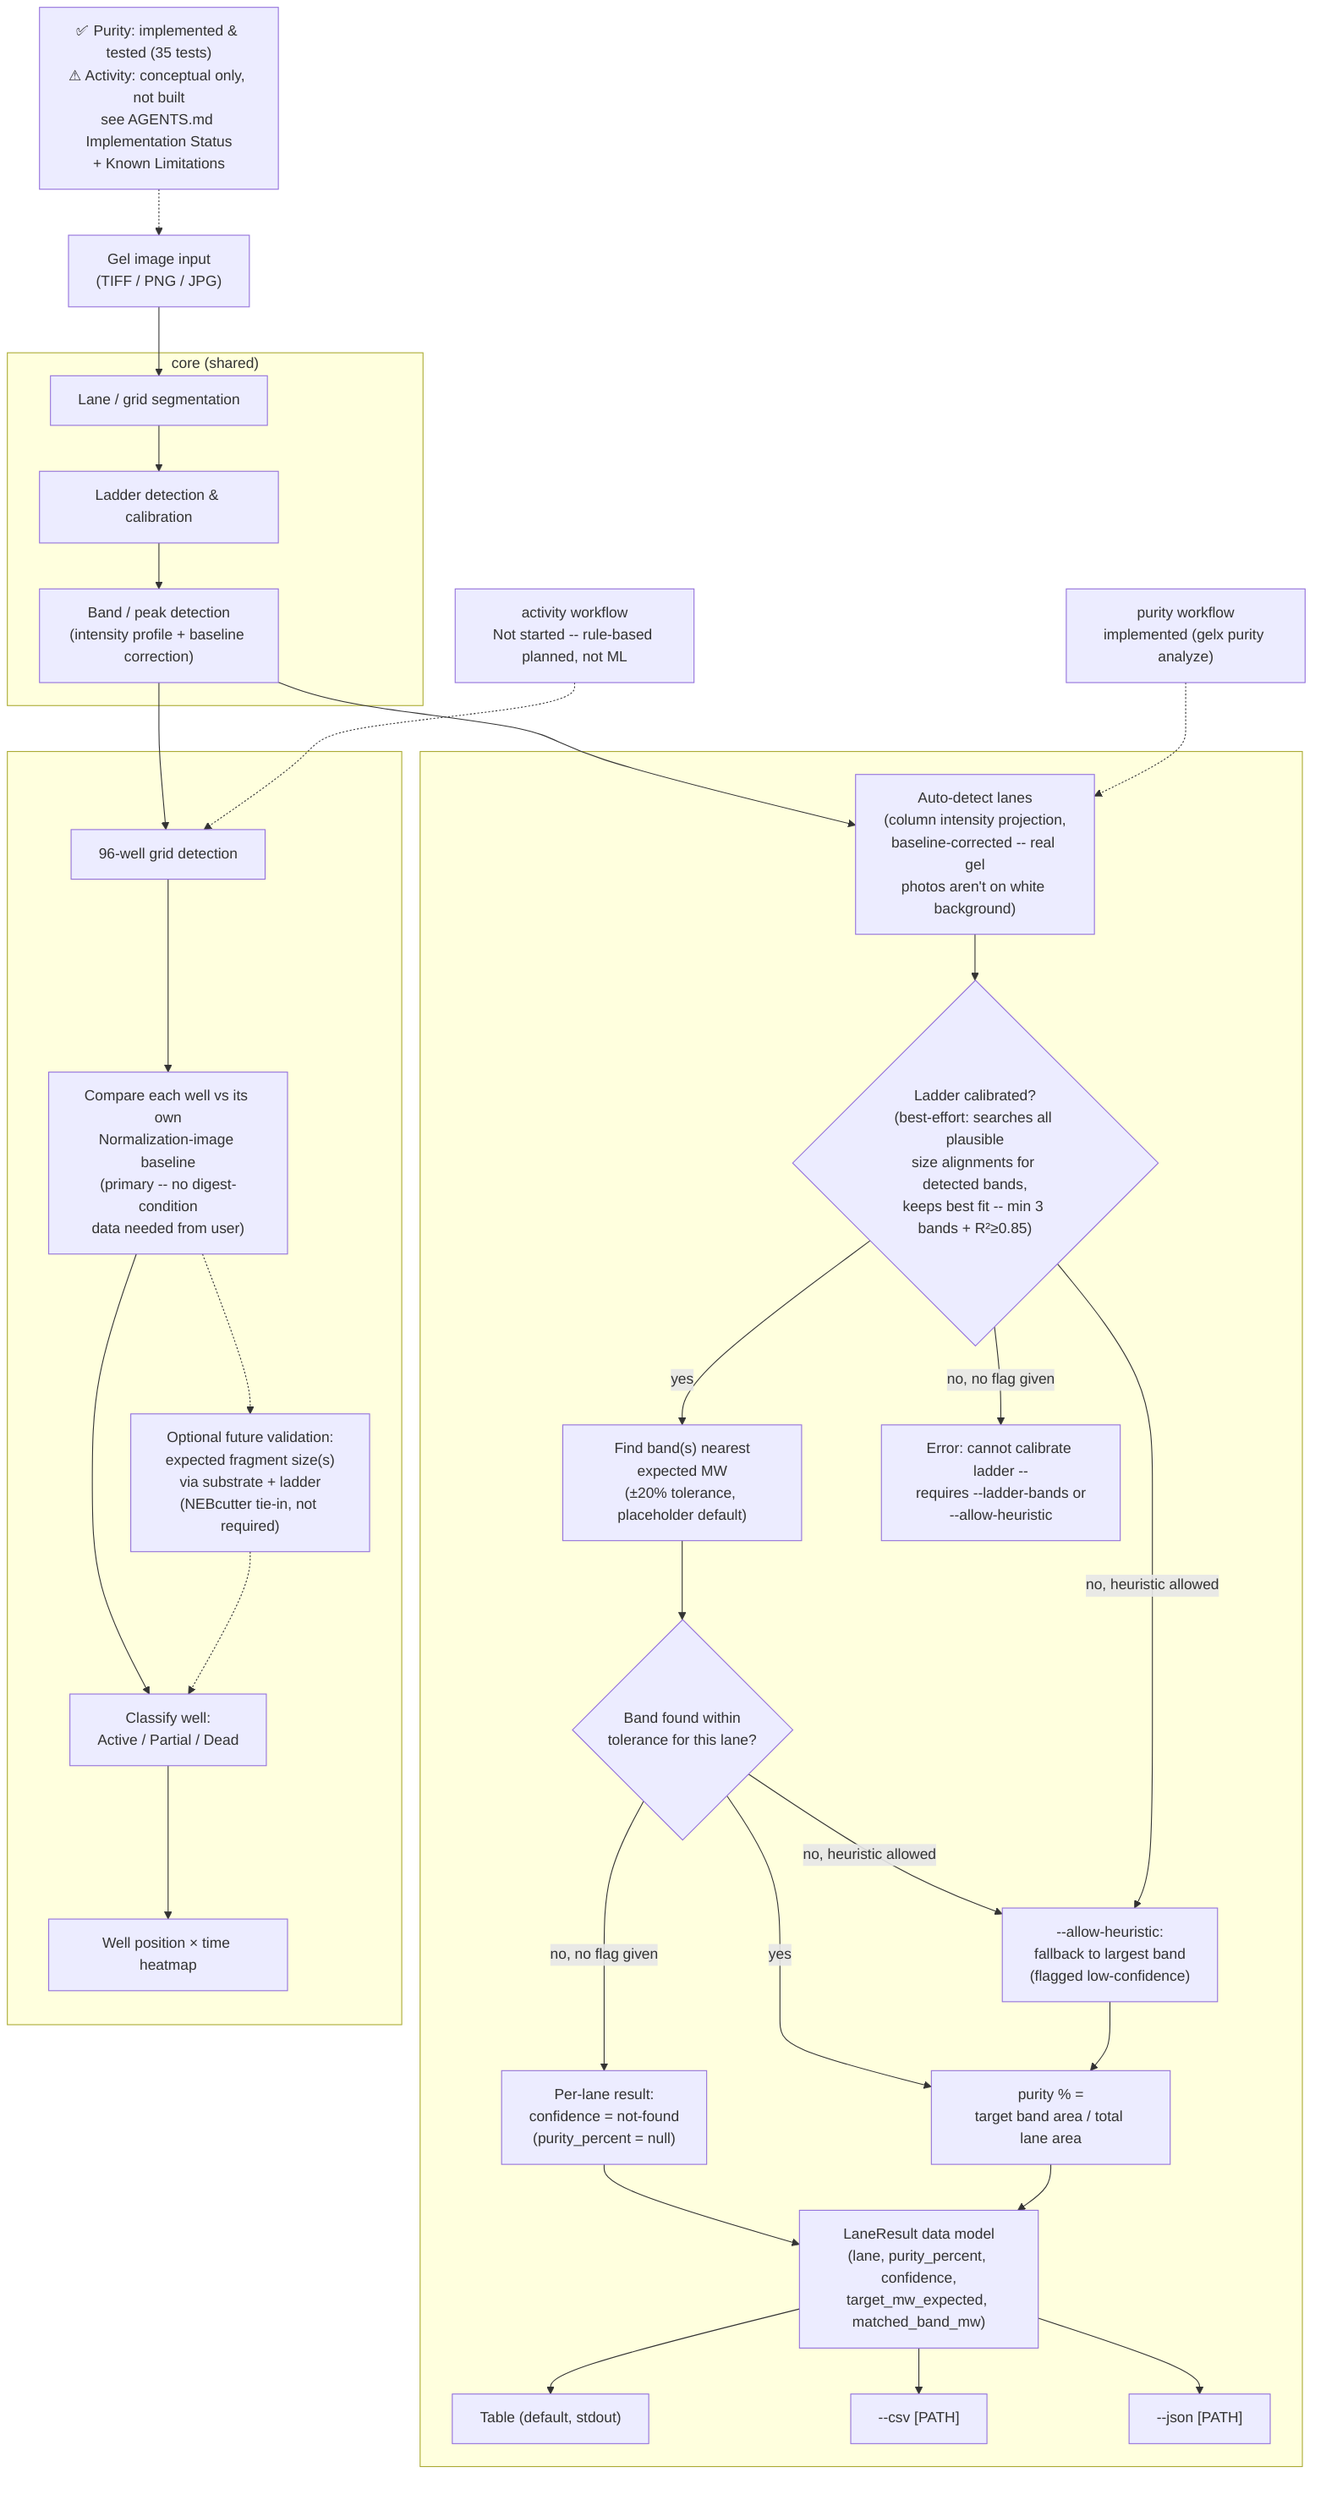
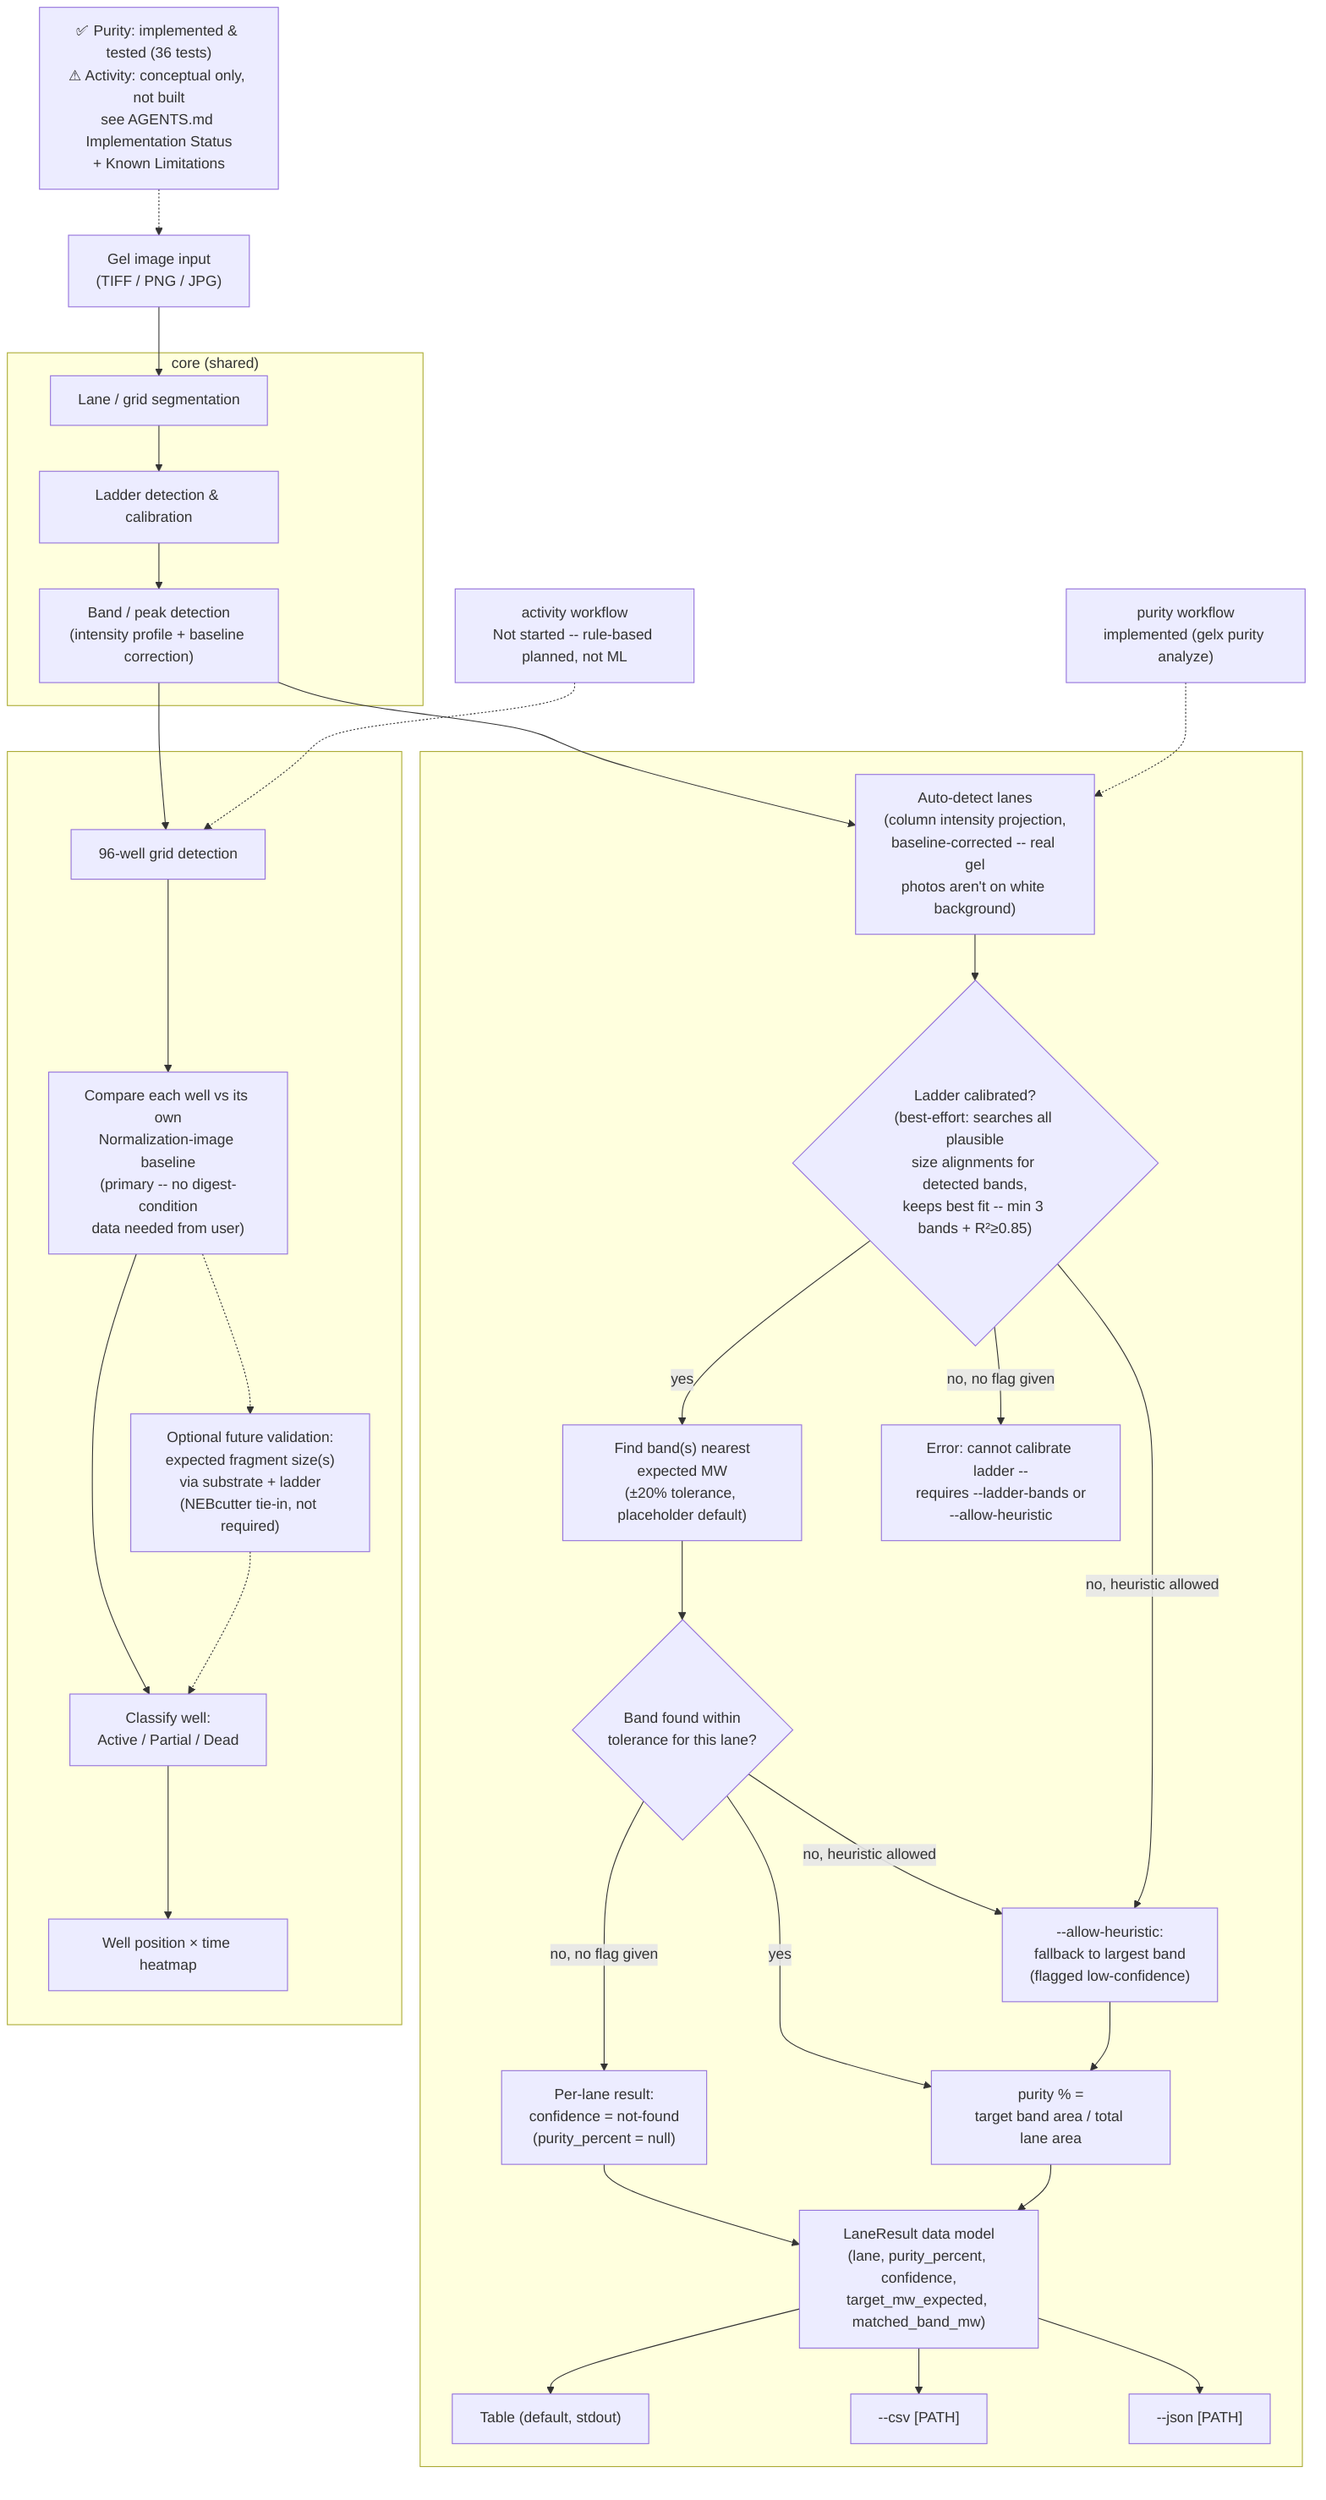
%% program-flow.mmd
%% NOTE: Reflects the purity workflow as actually implemented and tested
- %% (src/gel_extractor/, 35 tests passing) plus the activity workflow's
+ %% (src/gel_extractor/, 36 tests passing) plus the activity workflow's
%% still-conceptual design (see AGENTS.md "Design Decisions" and
%% "Implementation Status"). Not a full class/sequence diagram -- still a
%% data-flow sketch, just one grounded in working code on the purity side.

flowchart TD
-     Note["✅ Purity: implemented & tested (35 tests)<br/>⚠ Activity: conceptual only, not built<br/>see AGENTS.md Implementation Status<br/>+ Known Limitations"]
+     Note["✅ Purity: implemented & tested (36 tests)<br/>⚠ Activity: conceptual only, not built<br/>see AGENTS.md Implementation Status<br/>+ Known Limitations"]

    Input["Gel image input<br/>(TIFF / PNG / JPG)"]

    subgraph Core["core (shared)"]
        Seg["Lane / grid segmentation"]
        Ladder["Ladder detection & calibration"]
        BandDet["Band / peak detection<br/>(intensity profile + baseline correction)"]
    end

    PurityLabel["purity workflow<br/>implemented (gelx purity analyze)"]
    subgraph PurityWF[" "]
        AutoLane["Auto-detect lanes<br/>(column intensity projection,<br/>baseline-corrected -- real gel<br/>photos aren't on white background)"]
        LadderCal{"Ladder calibrated?<br/>(best-effort: searches all plausible<br/>size alignments for detected bands,<br/>keeps best fit -- min 3 bands + R²≥0.85)"}
        MWMatch["Find band(s) nearest<br/>expected MW<br/>(±20% tolerance, placeholder default)"]
        MatchFound{"Band found within<br/>tolerance for this lane?"}
        NotFound["Per-lane result:<br/>confidence = not-found<br/>(purity_percent = null)"]
        Heuristic["--allow-heuristic:<br/>fallback to largest band<br/>(flagged low-confidence)"]
        ErrorOut["Error: cannot calibrate ladder --<br/>requires --ladder-bands or<br/>--allow-heuristic"]
        PurityCalc["purity % =<br/>target band area / total lane area"]
        LaneResult["LaneResult data model<br/>(lane, purity_percent, confidence,<br/>target_mw_expected, matched_band_mw)"]
        TableOut["Table (default, stdout)"]
        CsvOut["--csv [PATH]"]
        JsonOut["--json [PATH]"]
    end

    ActivityLabel["activity workflow<br/>Not started -- rule-based planned, not ML"]
    subgraph ActivityWF[" "]
        GridDet["96-well grid detection"]
        Baseline["Compare each well vs its own<br/>Normalization-image baseline<br/>(primary -- no digest-condition<br/>data needed from user)"]
        ExpectedFrag["Optional future validation:<br/>expected fragment size(s)<br/>via substrate + ladder<br/>(NEBcutter tie-in, not required)"]
        Classify["Classify well:<br/>Active / Partial / Dead"]
        Heatmap["Well position × time heatmap"]
    end

    Note -.-> Input
    Input --> Seg --> Ladder --> BandDet

    BandDet --> AutoLane
    BandDet --> GridDet
    PurityLabel -.-> AutoLane
    ActivityLabel -.-> GridDet
    AutoLane --> LadderCal
    LadderCal -- yes --> MWMatch --> MatchFound
    MatchFound -- yes --> PurityCalc
    MatchFound -- "no, heuristic allowed" --> Heuristic --> PurityCalc
    MatchFound -- "no, no flag given" --> NotFound --> LaneResult
    LadderCal -- "no, heuristic allowed" --> Heuristic
    LadderCal -- "no, no flag given" --> ErrorOut
    PurityCalc --> LaneResult
    LaneResult --> TableOut
    LaneResult --> CsvOut
    LaneResult --> JsonOut
    GridDet --> Baseline --> Classify --> Heatmap
    Baseline -.-> ExpectedFrag -.-> Classify
